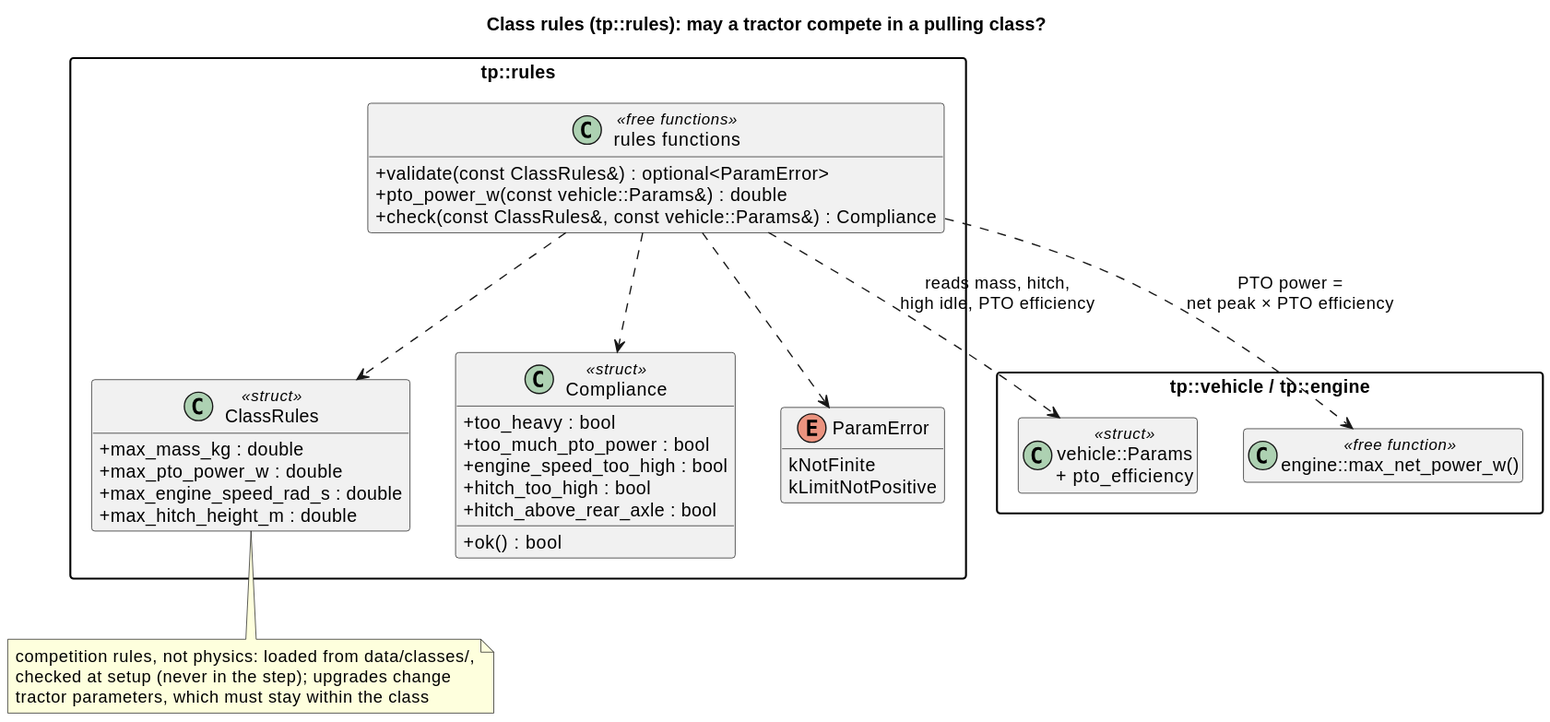
The PlantUML diagram docs/diagrams/svg/rules_classes.svg in wversteeg/TractorPulling, before a commit. Source of this version:
```plantuml
@startuml
title Class rules (tp::rules): may a tractor compete in a pulling class?
hide empty members
skinparam packageStyle rectangle
skinparam classAttributeIconSize 0

package "tp::rules" {
  class ClassRules <<struct>> {
    +max_mass_kg : double
    +max_pto_power_w : double
    +max_engine_speed_rad_s : double
    +max_hitch_height_m : double
  }
  class Compliance <<struct>> {
    +too_heavy : bool
    +too_much_pto_power : bool
    +engine_speed_too_high : bool
    +hitch_too_high : bool
    +hitch_above_rear_axle : bool
    +ok() : bool
  }
  enum ParamError {
    kNotFinite
    kLimitNotPositive
  }
  class "rules functions" as RulesFns <<free functions>> {
    +validate(const ClassRules&) : optional<ParamError>
    +pto_power_w(const vehicle::Params&) : double
    +check(const ClassRules&, const vehicle::Params&) : Compliance
  }
  RulesFns ..> ClassRules
  RulesFns ..> Compliance
  RulesFns ..> ParamError
}

package "tp::vehicle / tp::engine" {
  class "vehicle::Params\n+ pto_efficiency" as Tractor <<struct>>
  class "engine::max_net_power_w()" as EnginePower <<free function>>
}

RulesFns ..> Tractor : reads mass, hitch,\nhigh idle, PTO efficiency
RulesFns ..> EnginePower : PTO power =\nnet peak × PTO efficiency
note bottom of ClassRules
  competition rules, not physics: loaded from data/classes/,
  checked at setup (never in the step); upgrades change
  tractor parameters, which must stay within the class
end note
@enduml
```
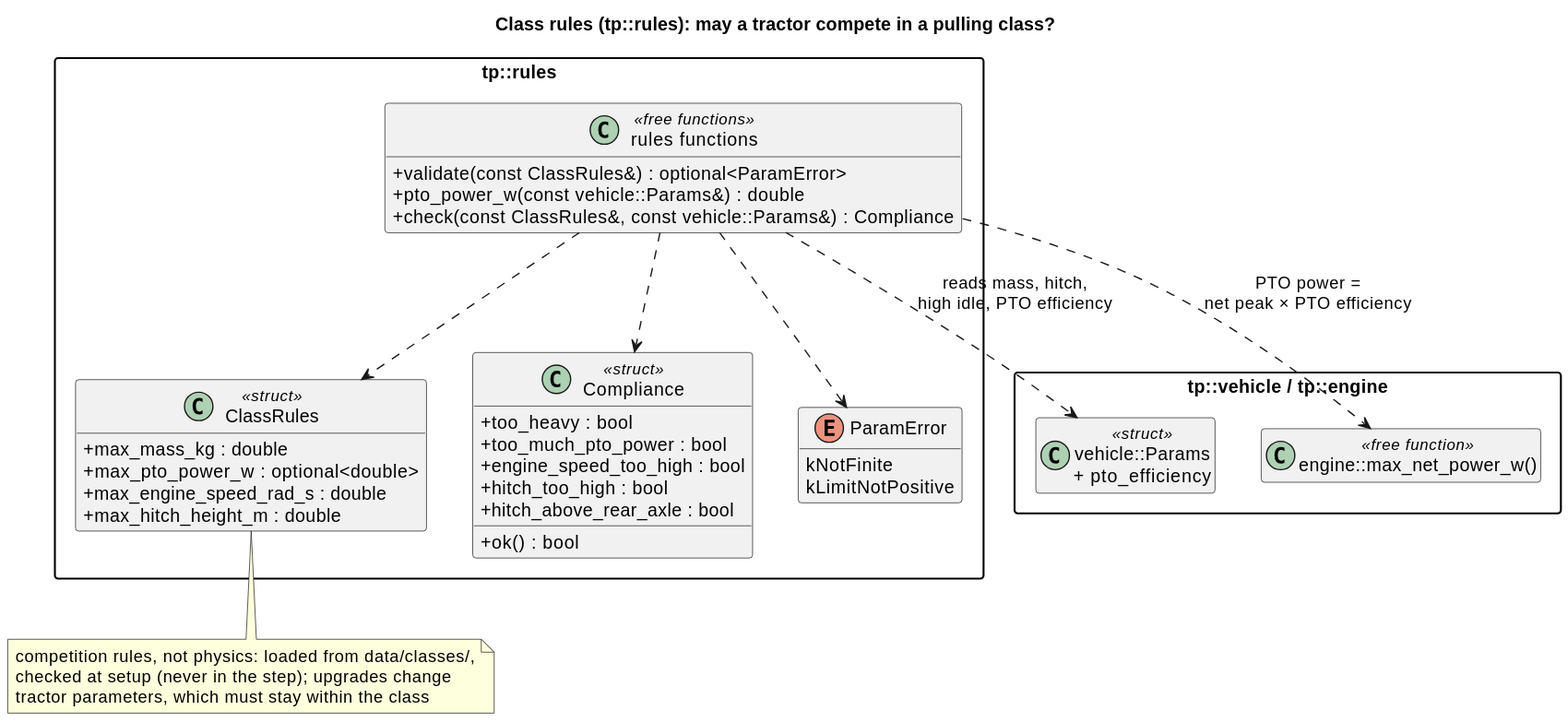
Above is the later version.

The edit, as a diff of the source:
```diff
@@ -7,7 +7,7 @@
 package "tp::rules" {
   class ClassRules <<struct>> {
     +max_mass_kg : double
-    +max_pto_power_w : double
+    +max_pto_power_w : optional<double>
     +max_engine_speed_rad_s : double
     +max_hitch_height_m : double
   }
```
